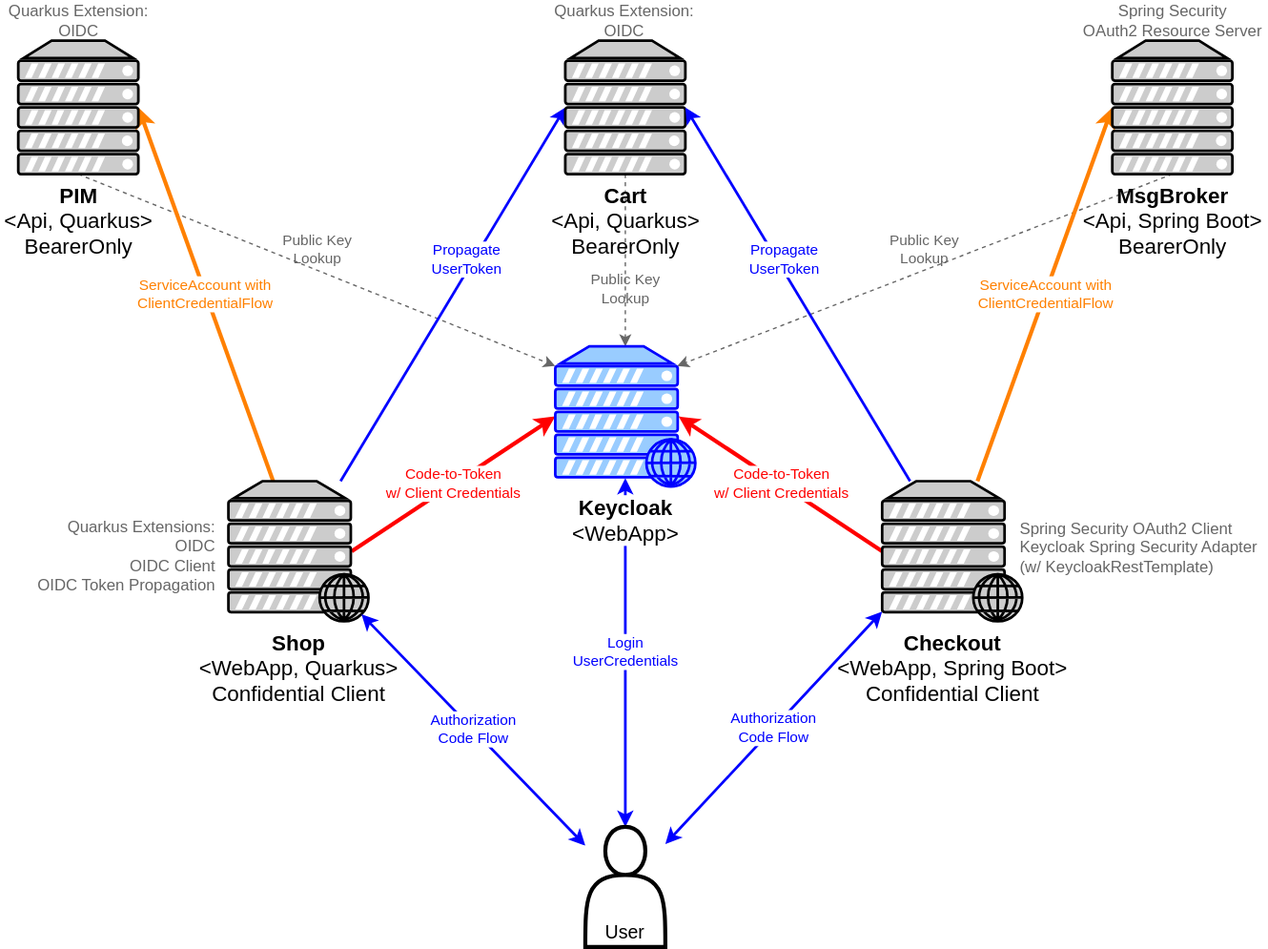
The draw.io diagram architecture.svg in dasniko/keycloak-bookshop-demo, before a commit. Source tidied: cells renumbered, new cells last; positions are measured from the earlier drawing's top-left corner, leaving out a move shared by most shapes.
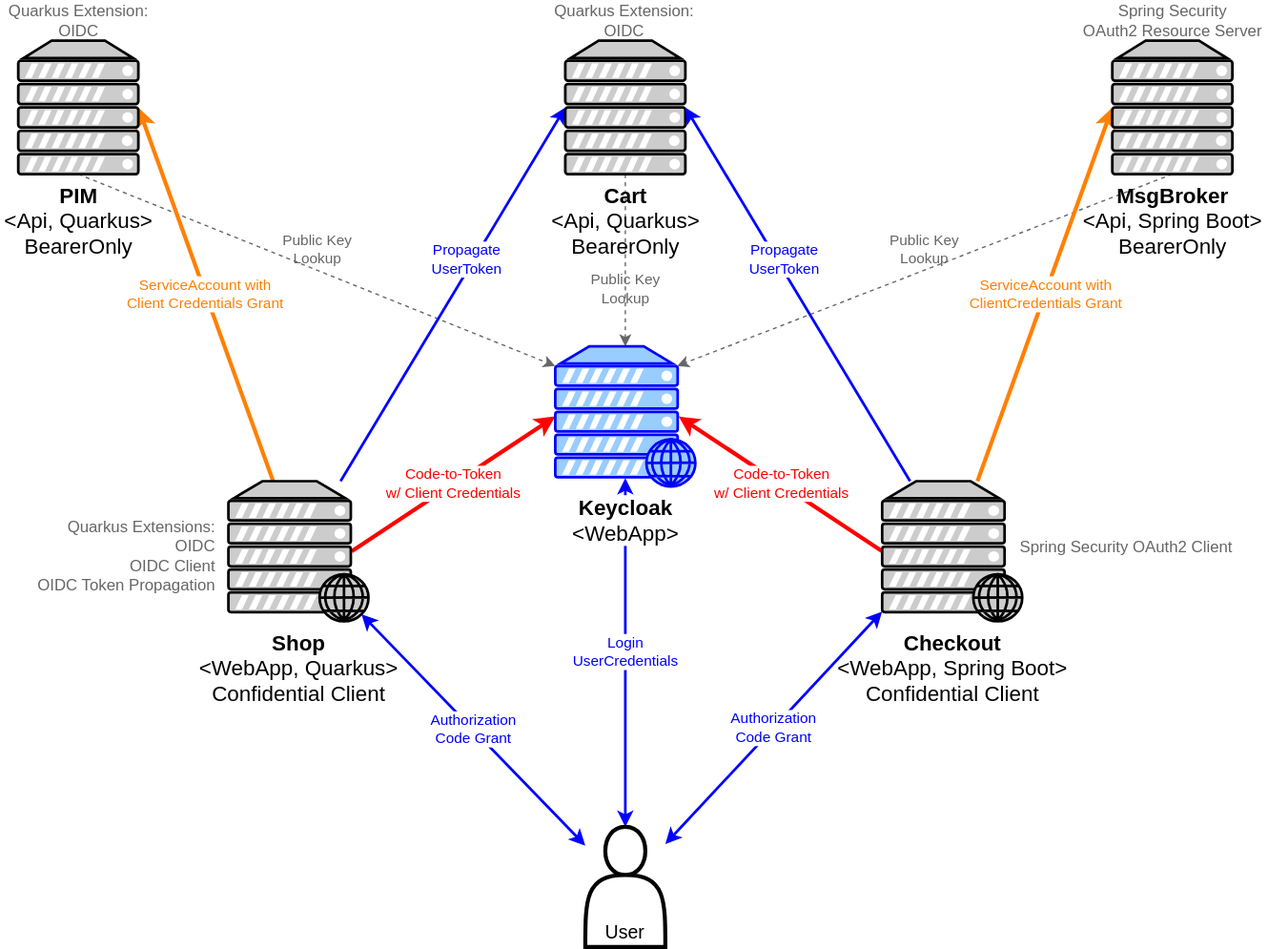
The same file after the commit.

What changed in the source:
```diff
@@ -14,7 +14,7 @@
     <mxCell id="5" value="Code-to-Token&lt;br&gt;w/ Client Credentials" style="edgeStyle=none;rounded=0;jettySize=auto;html=1;exitX=0.88;exitY=0.5;exitDx=0;exitDy=0;exitPerimeter=0;entryX=0;entryY=0.5;entryDx=0;entryDy=0;strokeWidth=3;startArrow=none;startFill=0;strokeColor=#FF0000;fontColor=#FF0000;labelBackgroundColor=#ffffff;entryPerimeter=0;" parent="1" edge="1" source="8" target="25">
       <mxGeometry relative="1" as="geometry" />
     </mxCell>
-    <mxCell id="6" value="ServiceAccount with&lt;br&gt;ClientCredentialFlow" style="edgeStyle=none;rounded=0;jettySize=auto;html=1;entryX=1;entryY=0.5;entryDx=0;entryDy=0;entryPerimeter=0;strokeWidth=3;labelBackgroundColor=#ffffff;fontColor=#FF8000;strokeColor=#FF8000;verticalAlign=middle;labelPosition=center;verticalLabelPosition=middle;align=center;" parent="1" edge="1" source="8" target="14">
+    <mxCell id="6" value="ServiceAccount with&lt;br&gt;Client Credentials Grant" style="edgeStyle=none;rounded=0;jettySize=auto;html=1;entryX=1;entryY=0.5;entryDx=0;entryDy=0;entryPerimeter=0;strokeWidth=3;labelBackgroundColor=#ffffff;fontColor=#FF8000;strokeColor=#FF8000;verticalAlign=middle;labelPosition=center;verticalLabelPosition=middle;align=center;" parent="1" edge="1" source="8" target="14">
       <mxGeometry relative="1" as="geometry" />
     </mxCell>
     <mxCell id="7" value="Propagate&lt;br&gt;UserToken" style="edgeStyle=none;rounded=0;jettySize=auto;html=1;entryX=0;entryY=0.5;entryDx=0;entryDy=0;entryPerimeter=0;strokeColor=#0000FF;strokeWidth=2;fontColor=#0000FF;labelBackgroundColor=#ffffff;labelPosition=center;verticalLabelPosition=middle;align=center;verticalAlign=middle;" parent="1" edge="1" source="8" target="9">
@@ -32,7 +32,7 @@
     <mxCell id="11" value="Propagate&lt;br&gt;UserToken" style="edgeStyle=none;rounded=0;jettySize=auto;html=1;entryX=1;entryY=0.5;entryDx=0;entryDy=0;entryPerimeter=0;strokeColor=#0000FF;strokeWidth=2;fontColor=#0000FF;labelBackgroundColor=#ffffff;verticalAlign=middle;labelPosition=center;verticalLabelPosition=middle;align=center;" parent="1" edge="1" source="13" target="9">
       <mxGeometry x="0.17" y="-5" relative="1" as="geometry" />
     </mxCell>
-    <mxCell id="12" value="ServiceAccount with&lt;br&gt;ClientCredentialFlow" style="edgeStyle=none;rounded=0;jettySize=auto;html=1;entryX=0;entryY=0.5;entryDx=0;entryDy=0;entryPerimeter=0;strokeWidth=3;labelBackgroundColor=#ffffff;fontColor=#FF8000;strokeColor=#FF8000;labelPosition=center;verticalLabelPosition=middle;align=center;verticalAlign=middle;" parent="1" edge="1" source="13" target="15">
+    <mxCell id="12" value="ServiceAccount with&lt;br&gt;ClientCredentials Grant" style="edgeStyle=none;rounded=0;jettySize=auto;html=1;entryX=0;entryY=0.5;entryDx=0;entryDy=0;entryPerimeter=0;strokeWidth=3;labelBackgroundColor=#ffffff;fontColor=#FF8000;strokeColor=#FF8000;labelPosition=center;verticalLabelPosition=middle;align=center;verticalAlign=middle;" parent="1" edge="1" source="13" target="15">
       <mxGeometry relative="1" as="geometry" />
     </mxCell>
     <mxCell id="13" value="Checkout&lt;br style=&quot;font-size: 16px&quot;&gt;&lt;span style=&quot;font-weight: normal&quot;&gt;&amp;lt;WebApp, Spring Boot&amp;gt;&lt;br&gt;Confidential Client&lt;br&gt;&lt;/span&gt;" style="verticalAlign=top;verticalLabelPosition=bottom;labelPosition=center;align=center;html=1;outlineConnect=0;fillColor=#CCCCCC;gradientColor=none;gradientDirection=north;strokeWidth=2;shape=mxgraph.networks.web_server;fontSize=16;fontStyle=1;fontColor=#000000;strokeColor=#000000;" parent="1" vertex="1">
@@ -47,10 +47,10 @@
     <mxCell id="16" value="Login&lt;br&gt;UserCredentials" style="rounded=0;jettySize=auto;html=1;entryX=0.5;entryY=0.94;entryDx=0;entryDy=0;strokeColor=#0000FF;strokeWidth=2;labelBackgroundColor=#ffffff;fontColor=#0000FF;labelPosition=center;verticalLabelPosition=middle;align=center;verticalAlign=middle;startArrow=classic;startFill=1;entryPerimeter=0;" parent="1" edge="1" source="19" target="25">
       <mxGeometry relative="1" as="geometry" />
     </mxCell>
-    <mxCell id="17" value="Authorization&lt;br&gt;Code Flow" style="edgeStyle=none;rounded=0;jettySize=auto;html=1;entryX=0;entryY=0.93;entryDx=0;entryDy=0;entryPerimeter=0;strokeColor=#0000FF;strokeWidth=2;fontColor=#0000FF;labelBackgroundColor=#ffffff;labelPosition=center;verticalLabelPosition=middle;align=center;verticalAlign=middle;startArrow=classic;startFill=1;" parent="1" edge="1" source="19" target="13">
+    <mxCell id="17" value="Authorization&lt;br&gt;Code Grant" style="edgeStyle=none;rounded=0;jettySize=auto;html=1;entryX=0;entryY=0.93;entryDx=0;entryDy=0;entryPerimeter=0;strokeColor=#0000FF;strokeWidth=2;fontColor=#0000FF;labelBackgroundColor=#ffffff;labelPosition=center;verticalLabelPosition=middle;align=center;verticalAlign=middle;startArrow=classic;startFill=1;" parent="1" edge="1" source="19" target="13">
       <mxGeometry relative="1" as="geometry" />
     </mxCell>
-    <mxCell id="18" value="Authorization&lt;br&gt;Code Flow" style="edgeStyle=none;rounded=0;jettySize=auto;html=1;entryX=0.95;entryY=0.95;entryDx=0;entryDy=0;entryPerimeter=0;strokeColor=#0000FF;strokeWidth=2;fontColor=#0000FF;labelBackgroundColor=#ffffff;labelPosition=center;verticalLabelPosition=middle;align=center;verticalAlign=middle;startArrow=classic;startFill=1;" parent="1" edge="1" source="19" target="8">
+    <mxCell id="18" value="Authorization&lt;br&gt;Code Grant" style="edgeStyle=none;rounded=0;jettySize=auto;html=1;entryX=0.95;entryY=0.95;entryDx=0;entryDy=0;entryPerimeter=0;strokeColor=#0000FF;strokeWidth=2;fontColor=#0000FF;labelBackgroundColor=#ffffff;labelPosition=center;verticalLabelPosition=middle;align=center;verticalAlign=middle;startArrow=classic;startFill=1;" parent="1" edge="1" source="19" target="8">
       <mxGeometry relative="1" as="geometry" />
     </mxCell>
     <mxCell id="19" value="User" style="shape=actor;whiteSpace=wrap;html=1;fillColor=none;strokeColor=#000000;strokeWidth=3;fontColor=#000000;verticalAlign=bottom;labelPosition=center;verticalLabelPosition=middle;align=center;fontSize=14;" parent="1" vertex="1">
@@ -68,7 +68,7 @@
     <mxCell id="23" value="Spring Security&lt;br&gt;OAuth2 Resource Server" style="text;strokeColor=none;fillColor=none;align=center;verticalAlign=middle;rounded=0;labelBackgroundColor=none;fontSize=12;fontColor=#666666;html=1;whiteSpace=wrap;" parent="1" vertex="1">
       <mxGeometry x="805.8" width="142.5" height="30" as="geometry" />
     </mxCell>
-    <mxCell id="24" value="Spring Security OAuth2 Client&lt;br&gt;Keycloak Spring Security Adapter (w/ KeycloakRestTemplate)" style="text;strokeColor=none;fillColor=none;align=left;verticalAlign=middle;rounded=0;labelBackgroundColor=none;fontSize=12;fontColor=#666666;html=1;whiteSpace=wrap;" parent="1" vertex="1">
+    <mxCell id="24" value="Spring Security OAuth2 Client" style="text;strokeColor=none;fillColor=none;align=left;verticalAlign=middle;rounded=0;labelBackgroundColor=none;fontSize=12;fontColor=#666666;html=1;whiteSpace=wrap;" parent="1" vertex="1">
       <mxGeometry x="760.8" y="390" width="187.5" height="40" as="geometry" />
     </mxCell>
     <mxCell id="25" value="Keycloak&lt;br style=&quot;font-size: 16px&quot;&gt;&lt;span style=&quot;font-weight: normal&quot;&gt;&amp;lt;WebApp&amp;gt;&lt;br&gt;&lt;/span&gt;" style="verticalAlign=top;verticalLabelPosition=bottom;labelPosition=center;align=center;html=1;outlineConnect=0;gradientColor=none;gradientDirection=north;strokeWidth=2;shape=mxgraph.networks.web_server;fontSize=16;fontStyle=1;fontColor=#000000;strokeColor=#0000FF;fillColor=#99CCFF;labelBackgroundColor=#ffffff;" parent="1" vertex="1">
```
